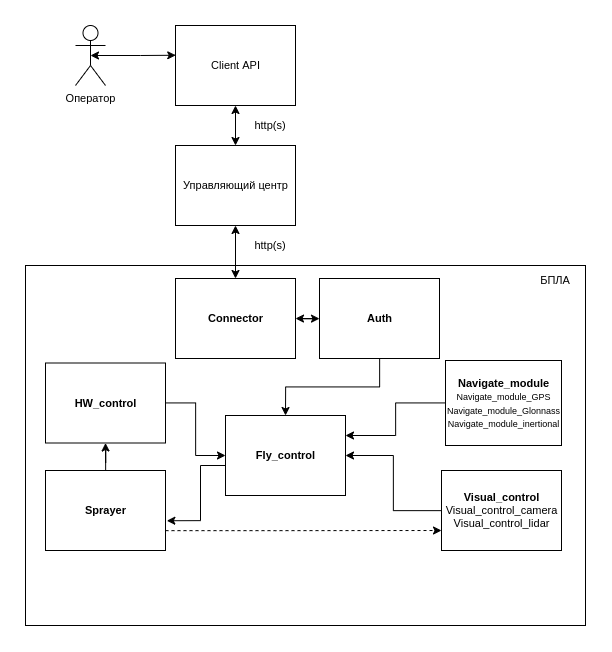
s3m3n1s/bpla_hackathone keeps this draw.io diagram as images/subsystem_arch.png. Above is the earlier version. Source tidied: cells renumbered, new cells last; positions are measured from the earlier drawing's top-left corner, leaving out a move shared by most shapes.
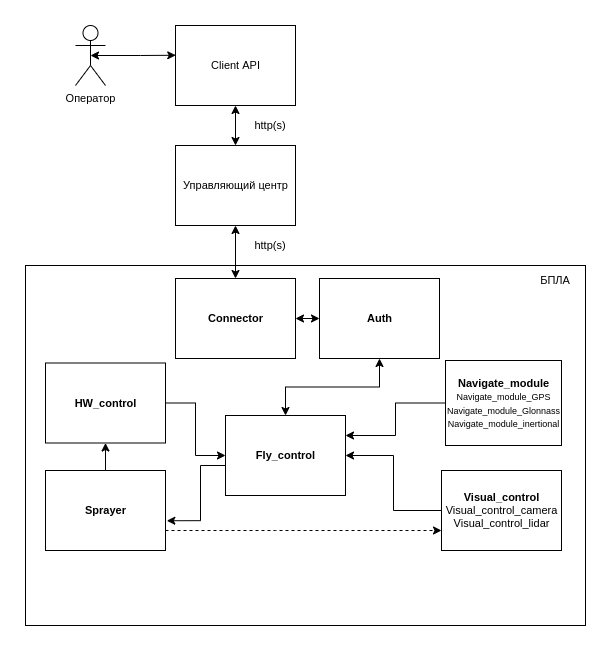
The same diagram one commit later.

What changed in the source:
```diff
@@ -77,7 +77,7 @@
     <mxCell id="23" value="http(s)" style="text;html=1;strokeColor=none;fillColor=none;align=center;verticalAlign=middle;whiteSpace=wrap;rounded=0;fontFamily=Helvetica;fontSize=11;fontColor=default;rotation=0;" parent="1" vertex="1">
       <mxGeometry x="210" y="80" width="70" height="40" as="geometry" />
     </mxCell>
-    <mxCell id="24" style="edgeStyle=orthogonalEdgeStyle;rounded=0;jettySize=auto;html=1;entryX=0.5;entryY=0;entryDx=0;entryDy=0;" parent="1" edge="1" source="26" target="13">
+    <mxCell id="24" style="edgeStyle=orthogonalEdgeStyle;rounded=0;jettySize=auto;html=1;entryX=0.5;entryY=0;entryDx=0;entryDy=0;startArrow=classic;startFill=1;" parent="1" edge="1" source="26" target="13">
       <mxGeometry relative="1" as="geometry" />
     </mxCell>
     <mxCell id="25" style="edgeStyle=orthogonalEdgeStyle;rounded=0;jettySize=auto;html=1;entryX=1;entryY=0.5;entryDx=0;entryDy=0;startArrow=classic;startFill=1;" parent="1" edge="1" source="26" target="9">
```
